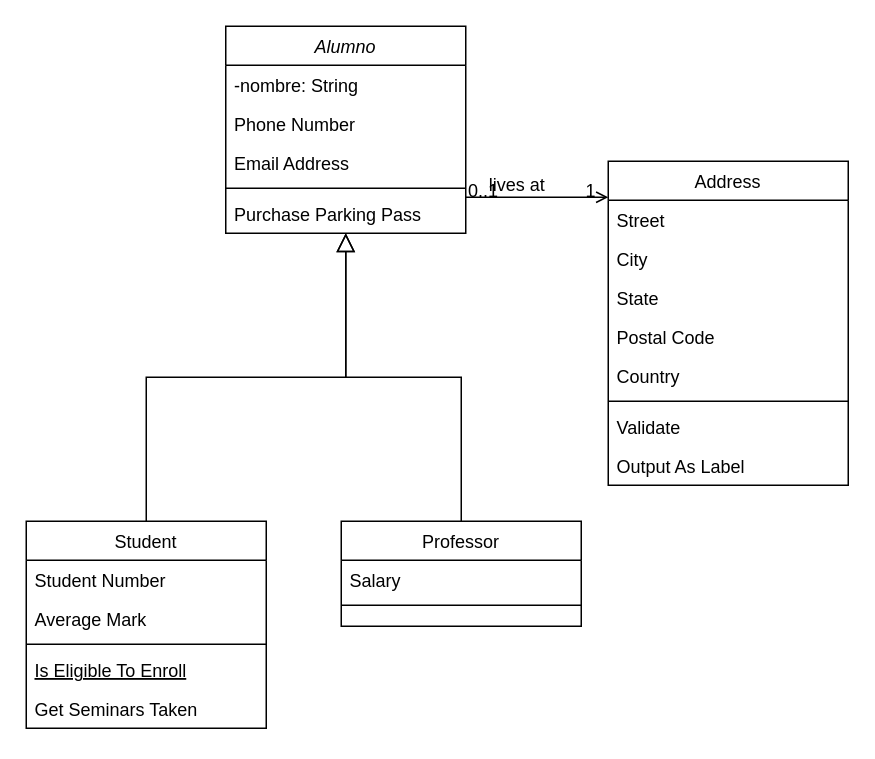
Earlier version of the draw.io diagram Untitled Diagram.drawio (a2772/J-001-ProyectosCurso). Source tidied: cells renumbered, new cells numbered last; positions are measured from the earlier drawing's top-left corner, leaving out a move shared by most shapes. Both pictures are drawn from the tidied source at 150%, with x=0, y=0 at pixel (26, 26).
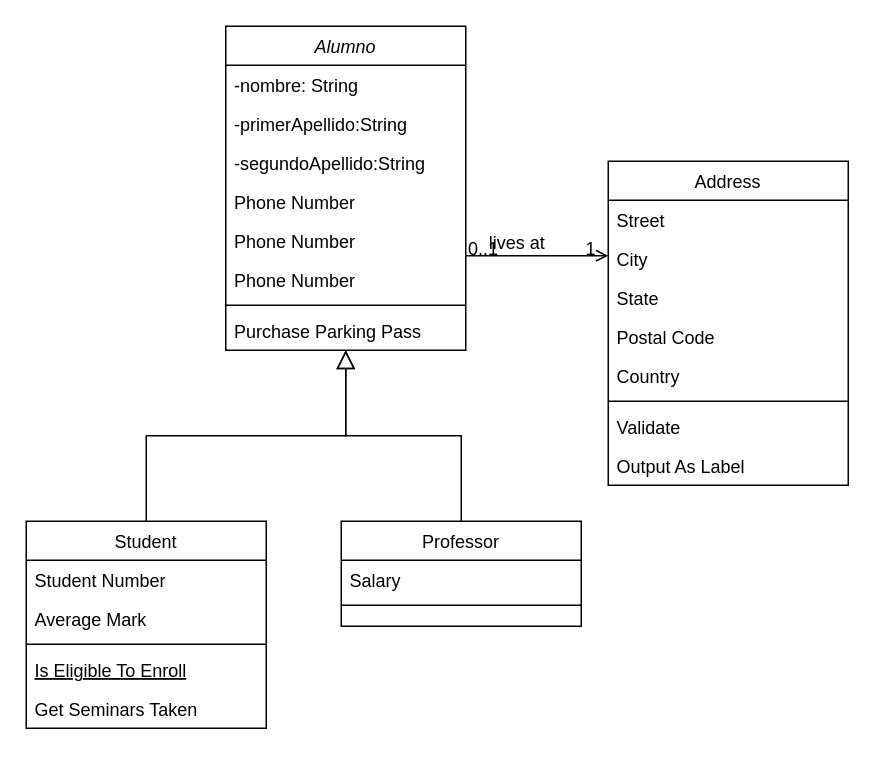
The same page after the edit.

Diff of the diagram source:
```diff
@@
     <mxCell id="2" value="Alumno" style="swimlane;fontStyle=2;align=center;verticalAlign=top;horizontal=1;startSize=26;rounded=0;shadow=0;strokeWidth=1;" parent="1" vertex="1">
-      <mxGeometry x="133" width="160" height="138" as="geometry" />
+      <mxGeometry x="133" width="160" height="216" as="geometry" />
     </mxCell>
@@
-    <mxCell id="4" value="Phone Number" style="text;align=left;verticalAlign=top;spacingLeft=4;spacingRight=4;overflow=hidden;rounded=0;shadow=0;html=0;" parent="2" vertex="1">
+    <mxCell id="4" value="-primerApellido:String" style="text;align=left;verticalAlign=top;spacingLeft=4;spacingRight=4;overflow=hidden;rounded=0;shadow=0;html=0;" parent="2" vertex="1">
       <mxGeometry y="52" width="160" height="26" as="geometry" />
     </mxCell>
-    <mxCell id="5" value="Email Address" style="text;align=left;verticalAlign=top;spacingLeft=4;spacingRight=4;overflow=hidden;rounded=0;shadow=0;html=0;" parent="2" vertex="1">
+    <mxCell id="5" value="-segundoApellido:String" style="text;align=left;verticalAlign=top;spacingLeft=4;spacingRight=4;overflow=hidden;rounded=0;shadow=0;html=0;" parent="2" vertex="1">
       <mxGeometry y="78" width="160" height="26" as="geometry" />
     </mxCell>
+    <mxCell id="32" value="Phone Number" style="text;align=left;verticalAlign=top;spacingLeft=4;spacingRight=4;overflow=hidden;rounded=0;shadow=0;html=0;" parent="2" vertex="1">
+      <mxGeometry y="104" width="160" height="26" as="geometry" />
+    </mxCell>
+    <mxCell id="33" value="Phone Number" style="text;align=left;verticalAlign=top;spacingLeft=4;spacingRight=4;overflow=hidden;rounded=0;shadow=0;html=0;" parent="2" vertex="1">
+      <mxGeometry y="130" width="160" height="26" as="geometry" />
+    </mxCell>
+    <mxCell id="34" value="Phone Number" style="text;align=left;verticalAlign=top;spacingLeft=4;spacingRight=4;overflow=hidden;rounded=0;shadow=0;html=0;" parent="2" vertex="1">
+      <mxGeometry y="156" width="160" height="26" as="geometry" />
+    </mxCell>
     <mxCell id="6" style="line;html=1;strokeWidth=1;align=left;verticalAlign=middle;spacingTop=-1;spacingLeft=3;spacingRight=3;labelPosition=right;" parent="2" vertex="1">
-      <mxGeometry y="104" width="160" height="8" as="geometry" />
+      <mxGeometry y="182" width="160" height="8" as="geometry" />
     </mxCell>
     <mxCell id="7" value="Purchase Parking Pass" style="text;align=left;verticalAlign=top;spacingLeft=4;spacingRight=4;overflow=hidden;" parent="2" vertex="1">
-      <mxGeometry y="112" width="160" height="26" as="geometry" />
+      <mxGeometry y="190" width="160" height="26" as="geometry" />
     </mxCell>
```
